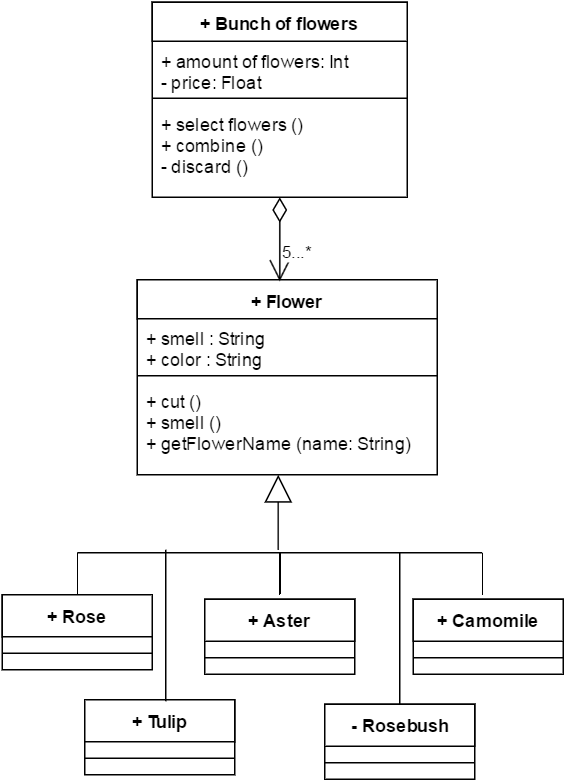
The draw.io diagram GoJavaOnline Module 2 task Flowers.png in anna-chepiga/GoJavaOnlineCourses, before a commit. Source tidied: cells renumbered, new cells last; positions are measured from the earlier drawing's top-left corner, leaving out a move shared by most shapes.
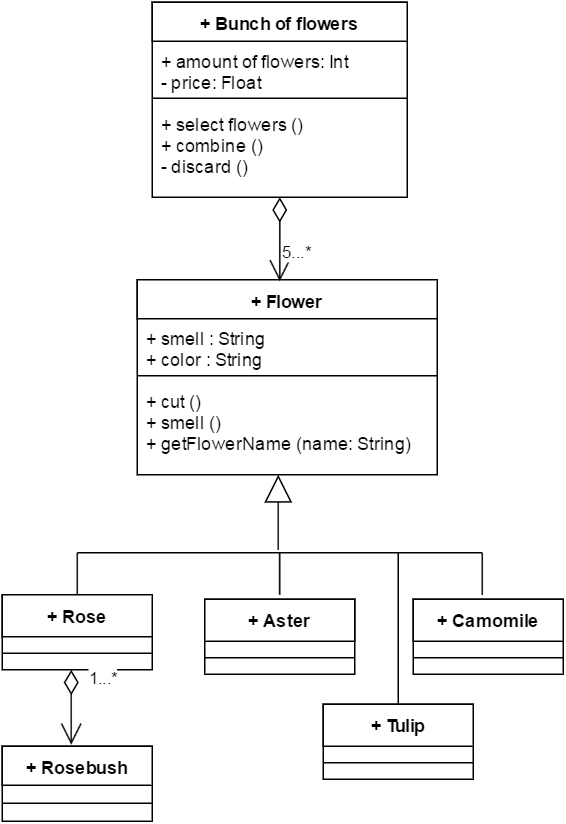
Above is the later version.

The edit, as a diff of the source:
```diff
@@ -63,27 +63,30 @@
       <mxGeometry y="28" width="100" height="22" as="geometry" />
     </mxCell>
     <mxCell id="21" value="+ Tulip" style="swimlane;html=1;fontStyle=1;align=center;verticalAlign=top;horizontal=1;startSize=28;swimlaneFillColor=#ffffff;shadow=0;" parent="1" vertex="1">
-      <mxGeometry x="55" y="465" width="100" height="50" as="geometry" />
+      <mxGeometry x="214" y="468" width="100" height="50" as="geometry" />
     </mxCell>
     <mxCell id="22" style="line;html=1;strokeWidth=1;fillColor=none;align=left;verticalAlign=middle;spacingTop=-1;spacingLeft=3;spacingRight=3;labelPosition=right;" parent="21" vertex="1">
       <mxGeometry y="28" width="100" height="22" as="geometry" />
     </mxCell>
-    <mxCell id="23" value="&lt;span style=&quot;line-height: 1.2&quot;&gt;- Rosebush&lt;/span&gt;" style="swimlane;html=1;fontStyle=1;align=center;verticalAlign=top;horizontal=1;startSize=28;swimlaneFillColor=#ffffff;shadow=0;" parent="1" vertex="1">
-      <mxGeometry x="215" y="468" width="100" height="50" as="geometry" />
-    </mxCell>
-    <mxCell id="24" style="line;html=1;strokeWidth=1;fillColor=none;align=left;verticalAlign=middle;spacingTop=-1;spacingLeft=3;spacingRight=3;labelPosition=right;" parent="23" vertex="1">
-      <mxGeometry y="28" width="100" height="22" as="geometry" />
-    </mxCell>
     <mxCell id="25" style="line;html=1;strokeWidth=1;fillColor=none;align=left;verticalAlign=middle;spacingTop=-1;spacingLeft=3;spacingRight=3;labelPosition=right;shadow=0;direction=south;" parent="1" vertex="1">
-      <mxGeometry x="105" y="365" width="8" height="101" as="geometry" />
+      <mxGeometry x="260" y="367" width="8" height="101" as="geometry" />
     </mxCell>
-    <mxCell id="26" style="line;html=1;strokeWidth=1;fillColor=none;align=left;verticalAlign=middle;spacingTop=-1;spacingLeft=3;spacingRight=3;labelPosition=right;shadow=0;direction=south;" parent="1" vertex="1">
-      <mxGeometry x="261" y="367" width="8" height="101" as="geometry" />
-    </mxCell>
     <mxCell id="27" value="5...*" style="endArrow=open;html=1;endSize=12;startArrow=diamondThin;startSize=14;startFill=0;edgeStyle=orthogonalEdgeStyle;align=left;verticalAlign=bottom;entryX=0.476;entryY=0.008;entryPerimeter=0;" parent="1" edge="1" target="6">
       <mxGeometry x="0.61" relative="1" as="geometry">
         <mxPoint x="185" y="130" as="sourcePoint" />
       </mxGeometry>
     </mxCell>
+    <mxCell id="28" value="1...*" style="endArrow=open;html=1;endSize=12;startArrow=diamondThin;startSize=14;startFill=0;edgeStyle=orthogonalEdgeStyle;align=left;verticalAlign=bottom;" parent="1" edge="1">
+      <mxGeometry x="-0.43" y="10" relative="1" as="geometry">
+        <mxPoint x="46" y="445" as="sourcePoint" />
+        <mxPoint x="46" y="495" as="targetPoint" />
+      </mxGeometry>
+    </mxCell>
+    <mxCell id="29" value="+ Rosebush&lt;div&gt;&lt;br&gt;&lt;/div&gt;" style="swimlane;html=1;fontStyle=1;align=center;verticalAlign=top;horizontal=1;startSize=26;swimlaneFillColor=#ffffff;shadow=0;" parent="1" vertex="1">
+      <mxGeometry y="496" width="100" height="50" as="geometry" />
+    </mxCell>
+    <mxCell id="30" style="line;html=1;strokeWidth=1;fillColor=none;align=left;verticalAlign=middle;spacingTop=-1;spacingLeft=3;spacingRight=3;labelPosition=right;" parent="29" vertex="1">
+      <mxGeometry y="26" width="100" height="24" as="geometry" />
+    </mxCell>
   </root>
 </mxGraphModel>
```
